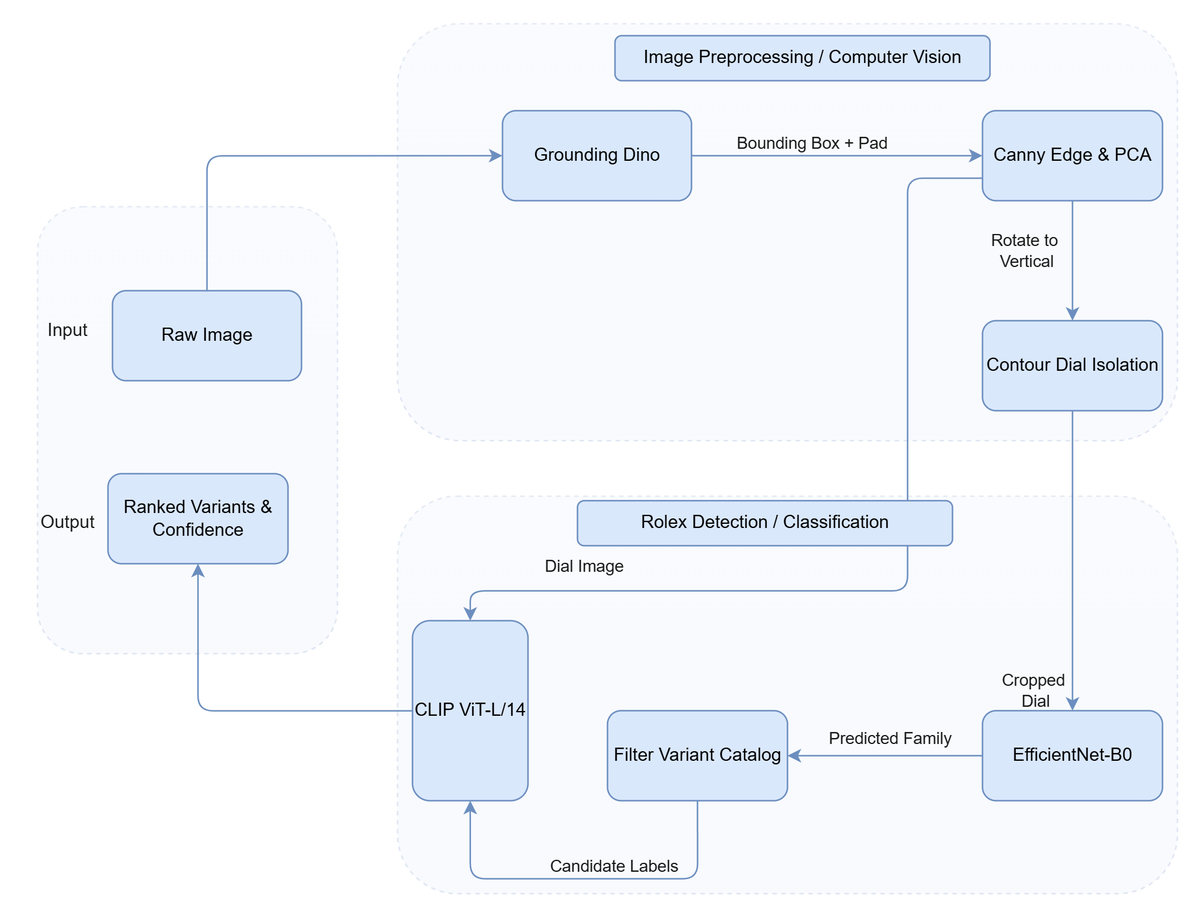
Earlier version of the draw.io export front_end/public/images/Workflow.drawio.png (AlexDaPiggie/Rolex_Finder_DeepLearning_Model). Source tidied: cells renumbered, new cells last; positions are measured from the earlier drawing's top-left corner, leaving out a move shared by most shapes.
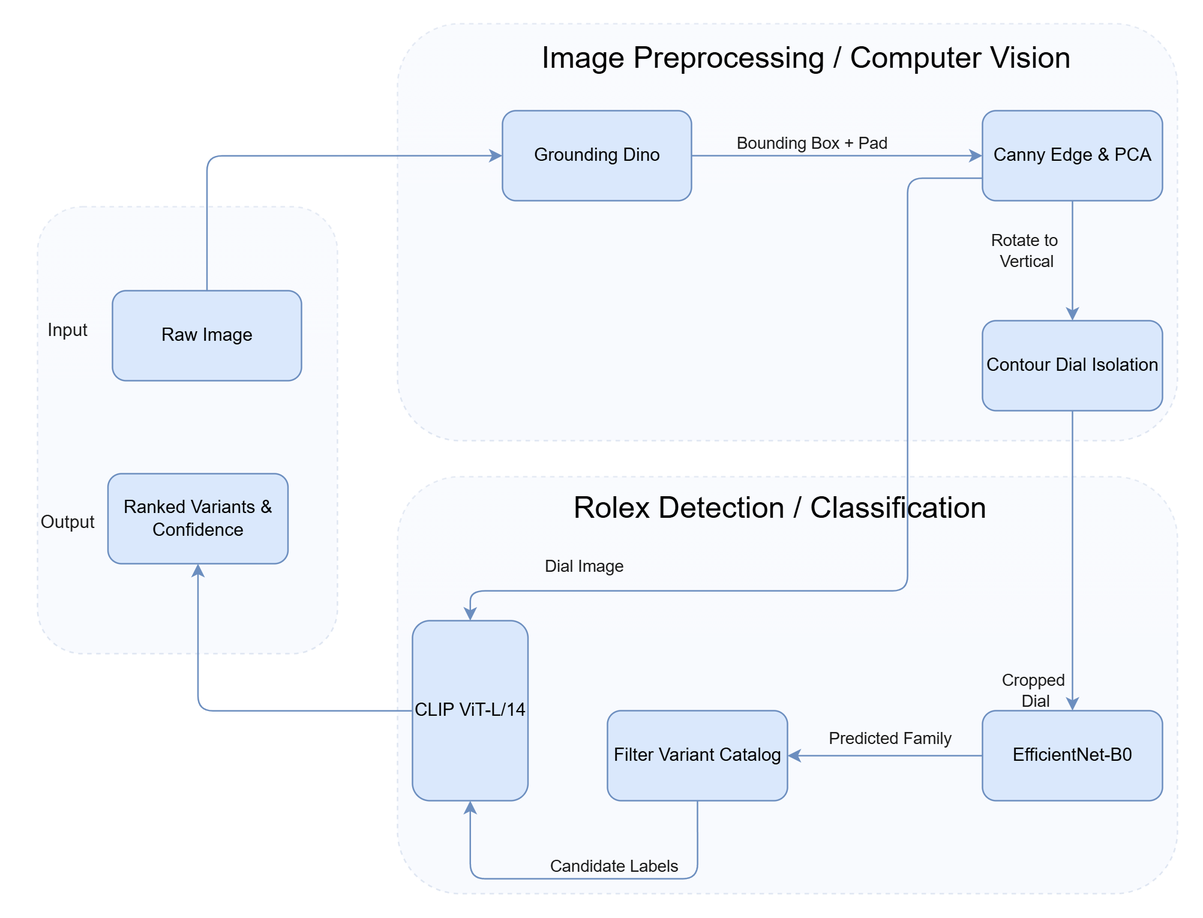
The same diagram one commit later.

Diff of the diagram source:
```diff
@@ -3,7 +3,7 @@
     <mxCell id="0" />
     <mxCell id="1" parent="0" />
     <mxCell id="2" style="rounded=1;whiteSpace=wrap;html=1;hachureGap=4;fontFamily=Helvetica;dashed=1;fillColor=#dae8fc;opacity=20;strokeColor=#6c8ebf;glass=1;shadow=0;labelBackgroundColor=none;" parent="1" vertex="1">
-      <mxGeometry x="250" y="315" width="520" height="265" as="geometry" />
+      <mxGeometry x="250" y="302" width="520" height="278" as="geometry" />
     </mxCell>
     <mxCell id="3" style="rounded=1;whiteSpace=wrap;html=1;hachureGap=4;fontFamily=Helvetica;dashed=1;fillColor=#dae8fc;opacity=20;strokeColor=#6c8ebf;glass=1;shadow=0;labelBackgroundColor=none;" parent="1" vertex="1">
       <mxGeometry x="250" width="520" height="278" as="geometry" />
@@ -100,11 +100,11 @@
     <mxCell id="26" value="Ranked Variants &amp;amp; Confidence" style="whiteSpace=wrap;html=1;rounded=1;labelBackgroundColor=none;fillColor=#dae8fc;strokeColor=#6c8ebf;" parent="1" vertex="1">
       <mxGeometry x="57" y="300" width="120" height="60" as="geometry" />
     </mxCell>
-    <mxCell id="27" value="&lt;font face=&quot;Helvetica&quot;&gt;Image Preprocessing / Computer Vision&lt;/font&gt;" style="text;html=1;whiteSpace=wrap;strokeColor=#6c8ebf;fillColor=#dae8fc;align=center;verticalAlign=middle;rounded=1;fontFamily=Architects Daughter;fontSource=https%3A%2F%2Ffonts.googleapis.com%2Fcss%3Ffamily%3DArchitects%2BDaughter;labelBackgroundColor=none;" parent="1" vertex="1">
-      <mxGeometry x="395" y="8" width="250" height="30" as="geometry" />
+    <mxCell id="27" value="&lt;font face=&quot;Helvetica&quot;&gt;Image Preprocessing / Computer Vision&lt;/font&gt;" style="text;html=1;whiteSpace=wrap;align=center;verticalAlign=middle;rounded=1;fontFamily=Architects Daughter;fontSource=https%3A%2F%2Ffonts.googleapis.com%2Fcss%3Ffamily%3DArchitects%2BDaughter;labelBackgroundColor=none;fontSize=20;" parent="1" vertex="1">
+      <mxGeometry x="325" y="8" width="395" height="30" as="geometry" />
     </mxCell>
-    <mxCell id="28" value="&lt;font face=&quot;Helvetica&quot;&gt;Rolex Detection / Classification&lt;/font&gt;" style="text;html=1;whiteSpace=wrap;strokeColor=#6c8ebf;fillColor=#dae8fc;align=center;verticalAlign=middle;rounded=1;fontFamily=Architects Daughter;fontSource=https://fonts.googleapis.com/css?family=Architects+Daughter;labelBackgroundColor=none;" parent="1" vertex="1">
-      <mxGeometry x="370" y="318" width="250" height="30" as="geometry" />
+    <mxCell id="28" value="&lt;font face=&quot;Helvetica&quot;&gt;Rolex Detection / Classification&lt;/font&gt;" style="text;html=1;whiteSpace=wrap;align=center;verticalAlign=middle;rounded=1;fontFamily=Architects Daughter;fontSource=https://fonts.googleapis.com/css?family=Architects+Daughter;labelBackgroundColor=none;fontSize=20;" parent="1" vertex="1">
+      <mxGeometry x="320" y="308" width="370" height="30" as="geometry" />
     </mxCell>
     <mxCell id="29" value="Input" style="text;html=1;whiteSpace=wrap;strokeColor=none;fillColor=none;align=center;verticalAlign=middle;rounded=0;fontColor=#1A1A1A;" parent="1" vertex="1">
       <mxGeometry y="190" width="60" height="30" as="geometry" />
```
